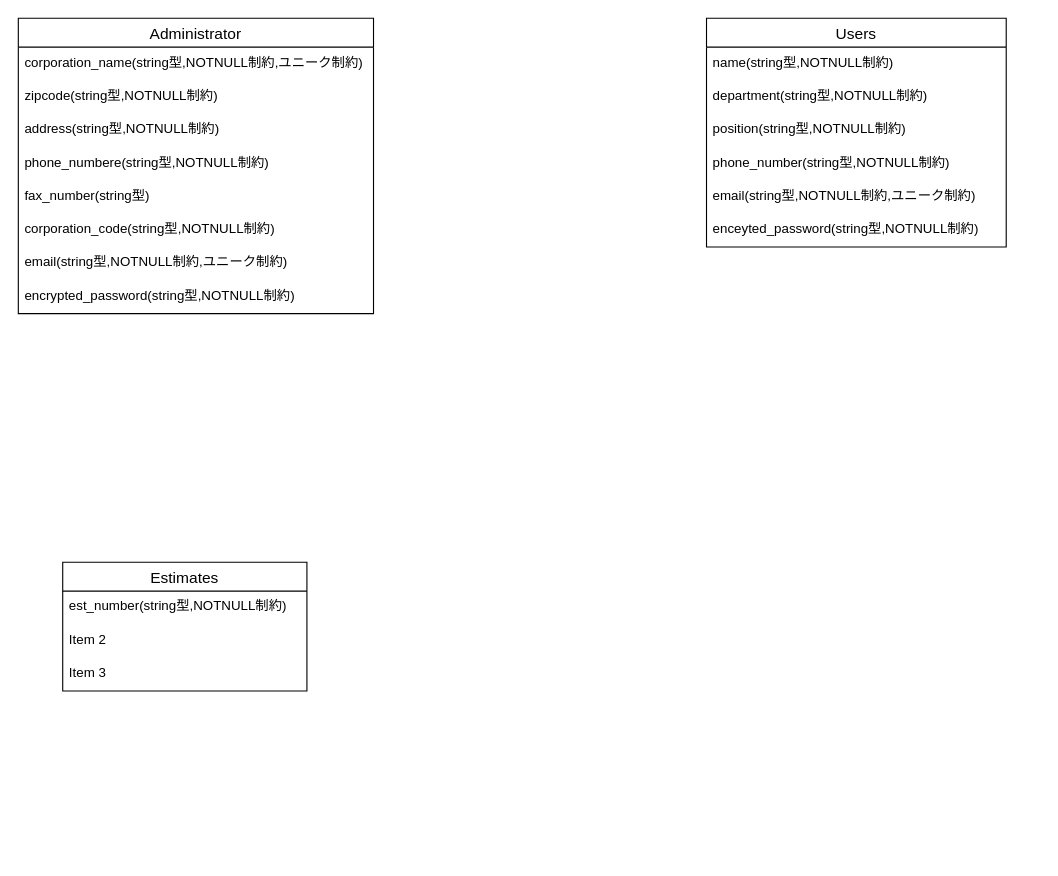
Earlier version of the draw.io diagram ER.dio (fe3524/original_app_001). Source tidied: cells renumbered, new cells numbered last; positions are measured from the earlier drawing's top-left corner, leaving out a move shared by most shapes. Both pictures are drawn from the tidied source at 111%, with x=0, y=0 at pixel (18, 18).
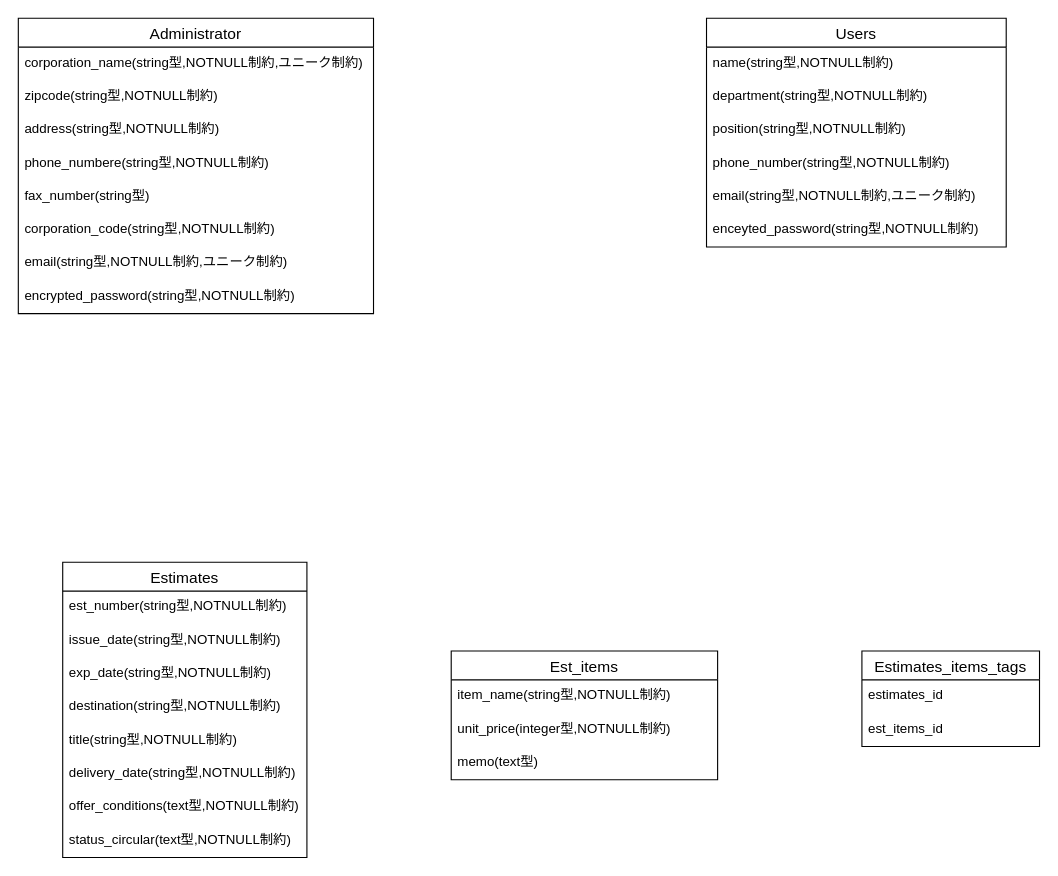
The same diagram, later.

Change to the diagram source:
```diff
@@
     <mxCell id="18" value="Estimates" style="swimlane;fontStyle=0;horizontal=1;startSize=26;align=center;fontSize=14;" parent="1" vertex="1">
-      <mxGeometry x="40" y="490" width="220" height="116" as="geometry" />
+      <mxGeometry x="40" y="490" width="220" height="266" as="geometry" />
     </mxCell>
@@
-    <mxCell id="20" value="Item 2" style="text;strokeColor=none;fillColor=none;spacingLeft=4;spacingRight=4;overflow=hidden;fontSize=12;" parent="18" vertex="1">
+    <mxCell id="20" value="issue_date(string型,NOTNULL制約)" style="text;strokeColor=none;fillColor=none;spacingLeft=4;spacingRight=4;overflow=hidden;fontSize=12;" parent="18" vertex="1">
       <mxGeometry y="56" width="220" height="30" as="geometry" />
     </mxCell>
-    <mxCell id="21" value="Item 3" style="text;strokeColor=none;fillColor=none;spacingLeft=4;spacingRight=4;overflow=hidden;fontSize=12;" parent="18" vertex="1">
+    <mxCell id="21" value="exp_date(string型,NOTNULL制約)" style="text;strokeColor=none;fillColor=none;spacingLeft=4;spacingRight=4;overflow=hidden;fontSize=12;" parent="18" vertex="1">
       <mxGeometry y="86" width="220" height="30" as="geometry" />
     </mxCell>
+    <mxCell id="22" value="destination(string型,NOTNULL制約)" style="text;strokeColor=none;fillColor=none;spacingLeft=4;spacingRight=4;overflow=hidden;fontSize=12;" parent="18" vertex="1">
+      <mxGeometry y="116" width="220" height="30" as="geometry" />
+    </mxCell>
+    <mxCell id="23" value="title(string型,NOTNULL制約)" style="text;strokeColor=none;fillColor=none;spacingLeft=4;spacingRight=4;overflow=hidden;fontSize=12;" parent="18" vertex="1">
+      <mxGeometry y="146" width="220" height="30" as="geometry" />
+    </mxCell>
+    <mxCell id="24" value="delivery_date(string型,NOTNULL制約)" style="text;strokeColor=none;fillColor=none;spacingLeft=4;spacingRight=4;overflow=hidden;fontSize=12;" parent="18" vertex="1">
+      <mxGeometry y="176" width="220" height="30" as="geometry" />
+    </mxCell>
+    <mxCell id="25" value="offer_conditions(text型,NOTNULL制約)" style="text;strokeColor=none;fillColor=none;spacingLeft=4;spacingRight=4;overflow=hidden;fontSize=12;" parent="18" vertex="1">
+      <mxGeometry y="206" width="220" height="30" as="geometry" />
+    </mxCell>
+    <mxCell id="26" value="status_circular(text型,NOTNULL制約)" style="text;strokeColor=none;fillColor=none;spacingLeft=4;spacingRight=4;overflow=hidden;fontSize=12;" parent="18" vertex="1">
+      <mxGeometry y="236" width="220" height="30" as="geometry" />
+    </mxCell>
+    <mxCell id="27" value="Est_items" style="swimlane;fontStyle=0;horizontal=1;startSize=26;align=center;fontSize=14;" parent="1" vertex="1">
+      <mxGeometry x="390" y="570" width="240" height="116" as="geometry" />
+    </mxCell>
+    <mxCell id="28" value="item_name(string型,NOTNULL制約)" style="text;strokeColor=none;fillColor=none;spacingLeft=4;spacingRight=4;overflow=hidden;fontSize=12;" parent="27" vertex="1">
+      <mxGeometry y="26" width="240" height="30" as="geometry" />
+    </mxCell>
+    <mxCell id="29" value="unit_price(integer型,NOTNULL制約)" style="text;strokeColor=none;fillColor=none;spacingLeft=4;spacingRight=4;overflow=hidden;fontSize=12;" parent="27" vertex="1">
+      <mxGeometry y="56" width="240" height="30" as="geometry" />
+    </mxCell>
+    <mxCell id="30" value="memo(text型)" style="text;strokeColor=none;fillColor=none;spacingLeft=4;spacingRight=4;overflow=hidden;fontSize=12;" parent="27" vertex="1">
+      <mxGeometry y="86" width="240" height="30" as="geometry" />
+    </mxCell>
+    <mxCell id="31" value="Estimates_items_tags" style="swimlane;fontStyle=0;horizontal=1;startSize=26;align=center;fontSize=14;" parent="1" vertex="1">
+      <mxGeometry x="760" y="570" width="160" height="86" as="geometry" />
+    </mxCell>
+    <mxCell id="32" value="estimates_id" style="text;strokeColor=none;fillColor=none;spacingLeft=4;spacingRight=4;overflow=hidden;fontSize=12;" parent="31" vertex="1">
+      <mxGeometry y="26" width="160" height="30" as="geometry" />
+    </mxCell>
+    <mxCell id="33" value="est_items_id" style="text;strokeColor=none;fillColor=none;spacingLeft=4;spacingRight=4;overflow=hidden;fontSize=12;" parent="31" vertex="1">
+      <mxGeometry y="56" width="160" height="30" as="geometry" />
+    </mxCell>
```
